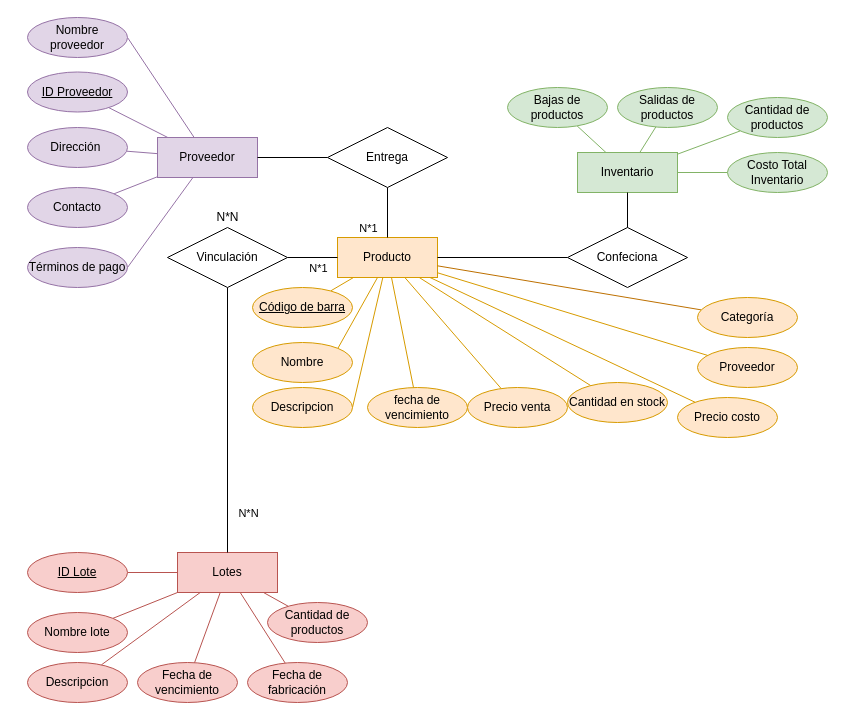
Earlier version of the draw.io diagram Diagrama sin título.drawio (JotaMont/Evaluacion-2-Front-End). Source tidied: cells renumbered, new cells numbered last; positions are measured from the earlier drawing's top-left corner, leaving out a move shared by most shapes. Both pictures are drawn from the tidied source at 100%, with x=0, y=0 at pixel (27, 17).
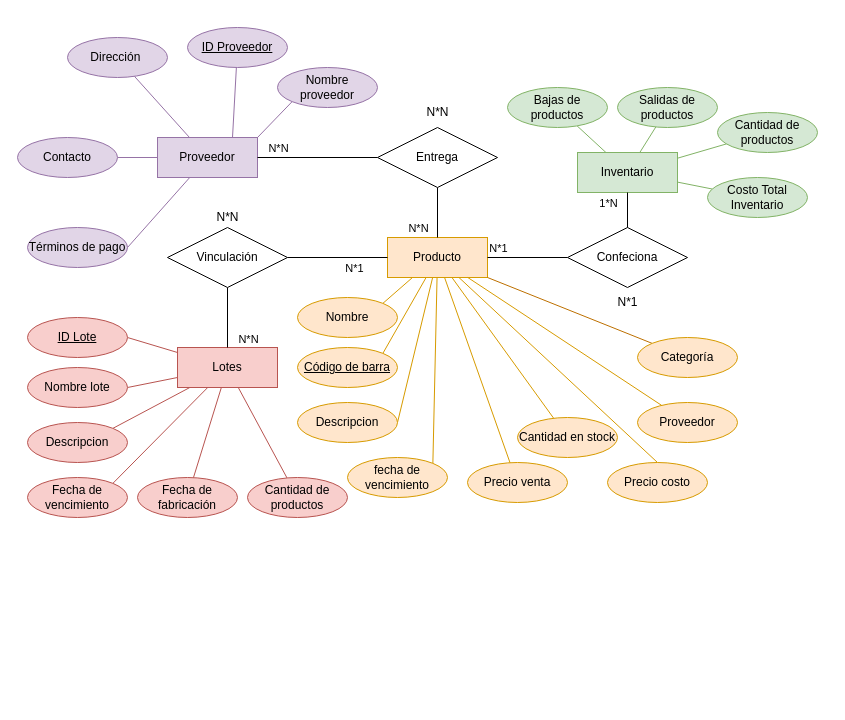
Above is the later version.

The change refers to these unchanged cells:
```xml
<mxCell id="2" value="Proveedor" style="whiteSpace=wrap;html=1;align=center;fillColor=#e1d5e7;strokeColor=#9673a6;" parent="1" vertex="1">
  <mxGeometry x="130" y="120" width="100" height="40" as="geometry" />
</mxCell>
<mxCell id="46" style="rounded=0;jettySize=auto;html=1;endArrow=none;endFill=0;" parent="1" edge="1" source="48" target="4">
  <mxGeometry relative="1" as="geometry" />
</mxCell>
<mxCell id="65" style="endArrow=none;html=1;rounded=0;exitX=1;exitY=0.5;exitDx=0;exitDy=0;entryX=0;entryY=0.5;entryDx=0;entryDy=0;" parent="1" edge="1" source="4" target="64">
  <mxGeometry relative="1" as="geometry" />
</mxCell>
<mxCell id="66" style="endArrow=none;html=1;rounded=0;entryX=0.5;entryY=0;entryDx=0;entryDy=0;exitX=0.5;exitY=1;exitDx=0;exitDy=0;" parent="1" edge="1" source="55" target="64">
  <mxGeometry relative="1" as="geometry" />
</mxCell>
<mxCell id="67" style="endArrow=none;html=1;rounded=0;exitX=1;exitY=0.5;exitDx=0;exitDy=0;entryX=0;entryY=0.5;entryDx=0;entryDy=0;" parent="1" edge="1" source="2" target="48">
  <mxGeometry relative="1" as="geometry" />
</mxCell>
```

What changed in the source:
```diff
@@
-    <mxCell id="3" style="edgeStyle=orthogonalEdgeStyle;rounded=0;jettySize=auto;html=1;exitX=0.5;exitY=0;exitDx=0;exitDy=0;" parent="1" edge="1" source="4">
-      <mxGeometry relative="1" as="geometry">
-        <mxPoint x="360" y="220" as="targetPoint" />
-      </mxGeometry>
-    </mxCell>
     <mxCell id="4" value="Producto" style="whiteSpace=wrap;html=1;align=center;fillColor=#ffe6cc;strokeColor=#d79b00;" parent="1" vertex="1">
-      <mxGeometry x="310" y="220" width="100" height="40" as="geometry" />
+      <mxGeometry x="360" y="220" width="100" height="40" as="geometry" />
     </mxCell>
     <mxCell id="5" value="Lotes" style="whiteSpace=wrap;html=1;align=center;fillColor=#f8cecc;strokeColor=#b85450;" parent="1" vertex="1">
-      <mxGeometry x="150" y="535" width="100" height="40" as="geometry" />
+      <mxGeometry x="150" y="330" width="100" height="40" as="geometry" />
     </mxCell>
@@
     <mxCell id="7" value="&lt;span style=&quot;text-align: left;&quot;&gt;Categoría&lt;/span&gt;" style="ellipse;whiteSpace=wrap;html=1;align=center;fillColor=#ffe6cc;strokeColor=#d79b00;" parent="1" vertex="1">
-      <mxGeometry x="670" y="280" width="100" height="40" as="geometry" />
+      <mxGeometry x="610" y="320" width="100" height="40" as="geometry" />
     </mxCell>
-    <mxCell id="8" style="rounded=0;jettySize=auto;html=1;endArrow=none;endFill=0;fillColor=#ffe6cc;strokeColor=#d79b00;exitX=1;exitY=0;exitDx=0;exitDy=0;" parent="1" edge="1" source="9">
-      <mxGeometry relative="1" as="geometry">
-        <mxPoint x="350" y="260" as="targetPoint" />
-      </mxGeometry>
+    <mxCell id="8" style="rounded=0;jettySize=auto;html=1;endArrow=none;endFill=0;fillColor=#ffe6cc;strokeColor=#d79b00;exitX=1;exitY=0;exitDx=0;exitDy=0;entryX=0.25;entryY=1;entryDx=0;entryDy=0;" parent="1" edge="1" source="9" target="4">
+      <mxGeometry relative="1" as="geometry" />
     </mxCell>
     <mxCell id="9" value="Nombre" style="ellipse;whiteSpace=wrap;html=1;align=center;fillColor=#ffe6cc;strokeColor=#d79b00;" parent="1" vertex="1">
-      <mxGeometry x="225" y="325" width="100" height="40" as="geometry" />
+      <mxGeometry x="270" y="280" width="100" height="40" as="geometry" />
     </mxCell>
-    <mxCell id="10" style="rounded=0;jettySize=auto;html=1;fillColor=#ffe6cc;strokeColor=#d79b00;endArrow=none;endFill=0;" parent="1" edge="1" source="11" target="4">
+    <mxCell id="10" style="rounded=0;jettySize=auto;html=1;fillColor=#ffe6cc;strokeColor=#d79b00;endArrow=none;endFill=0;exitX=1;exitY=0;exitDx=0;exitDy=0;" parent="1" edge="1" source="11" target="4">
       <mxGeometry relative="1" as="geometry" />
     </mxCell>
     <mxCell id="11" value="Código de barra" style="ellipse;whiteSpace=wrap;html=1;align=center;fontStyle=4;fillColor=#ffe6cc;strokeColor=#d79b00;" parent="1" vertex="1">
-      <mxGeometry x="225" y="270" width="100" height="40" as="geometry" />
+      <mxGeometry x="270" y="330" width="100" height="40" as="geometry" />
     </mxCell>
@@
     <mxCell id="13" value="Proveedor" style="ellipse;whiteSpace=wrap;html=1;align=center;fillColor=#ffe6cc;strokeColor=#d79b00;" parent="1" vertex="1">
-      <mxGeometry x="670" y="330" width="100" height="40" as="geometry" />
+      <mxGeometry x="610" y="385" width="100" height="40" as="geometry" />
     </mxCell>
-    <mxCell id="14" style="rounded=0;jettySize=auto;html=1;endArrow=none;endFill=0;fillColor=#ffe6cc;strokeColor=#d79b00;" parent="1" edge="1" source="15" target="4">
+    <mxCell id="14" style="rounded=0;jettySize=auto;html=1;endArrow=none;endFill=0;fillColor=#ffe6cc;strokeColor=#d79b00;exitX=0.5;exitY=0;exitDx=0;exitDy=0;" parent="1" edge="1" source="15" target="4">
       <mxGeometry relative="1" as="geometry" />
     </mxCell>
     <mxCell id="15" value="Precio costo" style="ellipse;whiteSpace=wrap;html=1;align=center;fillColor=#ffe6cc;strokeColor=#d79b00;" parent="1" vertex="1">
-      <mxGeometry x="650" y="380" width="100" height="40" as="geometry" />
+      <mxGeometry x="580" y="445" width="100" height="40" as="geometry" />
     </mxCell>
-    <mxCell id="16" style="rounded=0;jettySize=auto;html=1;endArrow=none;endFill=0;fillColor=#ffe6cc;strokeColor=#d79b00;" parent="1" edge="1" source="17" target="4">
+    <mxCell id="16" style="rounded=0;jettySize=auto;html=1;endArrow=none;endFill=0;fillColor=#ffe6cc;strokeColor=#d79b00;exitX=0.429;exitY=0.032;exitDx=0;exitDy=0;exitPerimeter=0;" parent="1" edge="1" source="17" target="4">
       <mxGeometry relative="1" as="geometry" />
     </mxCell>
     <mxCell id="17" value="Precio venta" style="ellipse;whiteSpace=wrap;html=1;align=center;fillColor=#ffe6cc;strokeColor=#d79b00;" parent="1" vertex="1">
-      <mxGeometry x="440" y="370" width="100" height="40" as="geometry" />
+      <mxGeometry x="440" y="445" width="100" height="40" as="geometry" />
     </mxCell>
@@
     <mxCell id="19" value="Cantidad en stock" style="ellipse;whiteSpace=wrap;html=1;align=center;fillColor=#ffe6cc;strokeColor=#d79b00;" parent="1" vertex="1">
-      <mxGeometry x="540" y="365" width="100" height="40" as="geometry" />
+      <mxGeometry x="490" y="400" width="100" height="40" as="geometry" />
     </mxCell>
-    <mxCell id="20" style="rounded=0;jettySize=auto;html=1;fillColor=#ffe6cc;strokeColor=#d79b00;endArrow=none;endFill=0;" parent="1" edge="1" source="21" target="4">
+    <mxCell id="20" style="rounded=0;jettySize=auto;html=1;fillColor=#ffe6cc;strokeColor=#d79b00;endArrow=none;endFill=0;exitX=1;exitY=0;exitDx=0;exitDy=0;" parent="1" edge="1" source="21" target="4">
       <mxGeometry relative="1" as="geometry" />
     </mxCell>
     <mxCell id="21" value="fecha de vencimiento" style="ellipse;whiteSpace=wrap;html=1;align=center;fillColor=#ffe6cc;strokeColor=#d79b00;" parent="1" vertex="1">
-      <mxGeometry x="340" y="370" width="100" height="40" as="geometry" />
+      <mxGeometry x="320" y="440" width="100" height="40" as="geometry" />
     </mxCell>
-    <mxCell id="22" style="rounded=0;jettySize=auto;html=1;fillColor=#e1d5e7;strokeColor=#9673a6;endArrow=none;endFill=0;exitX=1;exitY=0.5;exitDx=0;exitDy=0;" parent="1" edge="1" source="23" target="2">
+    <mxCell id="22" style="rounded=0;jettySize=auto;html=1;fillColor=#e1d5e7;strokeColor=#9673a6;endArrow=none;endFill=0;exitX=0;exitY=1;exitDx=0;exitDy=0;entryX=1;entryY=0;entryDx=0;entryDy=0;" parent="1" edge="1" source="23" target="2">
       <mxGeometry relative="1" as="geometry" />
     </mxCell>
     <mxCell id="23" value="Nombre proveedor" style="ellipse;whiteSpace=wrap;html=1;align=center;fillColor=#e1d5e7;strokeColor=#9673a6;" parent="1" vertex="1">
-      <mxGeometry width="100" height="40" as="geometry" />
+      <mxGeometry x="250" y="50" width="100" height="40" as="geometry" />
     </mxCell>
-    <mxCell id="24" style="rounded=0;jettySize=auto;html=1;fillColor=#e1d5e7;strokeColor=#9673a6;endArrow=none;endFill=0;" parent="1" edge="1" source="25" target="2">
+    <mxCell id="24" style="rounded=0;jettySize=auto;html=1;fillColor=#e1d5e7;strokeColor=#9673a6;endArrow=none;endFill=0;entryX=0.75;entryY=0;entryDx=0;entryDy=0;" parent="1" edge="1" source="25" target="2">
       <mxGeometry relative="1" as="geometry" />
     </mxCell>
     <mxCell id="25" value="ID Proveedor" style="ellipse;whiteSpace=wrap;html=1;align=center;fontStyle=4;fillColor=#e1d5e7;strokeColor=#9673a6;" parent="1" vertex="1">
-      <mxGeometry y="54.5" width="100" height="40" as="geometry" />
+      <mxGeometry x="160" y="10" width="100" height="40" as="geometry" />
     </mxCell>
@@
     <mxCell id="27" value="Dirección&amp;nbsp;" style="ellipse;whiteSpace=wrap;html=1;align=center;fillColor=#e1d5e7;strokeColor=#9673a6;" parent="1" vertex="1">
-      <mxGeometry y="110" width="100" height="40" as="geometry" />
+      <mxGeometry x="40" y="20" width="100" height="40" as="geometry" />
     </mxCell>
@@
     <mxCell id="29" value="Contacto" style="ellipse;whiteSpace=wrap;html=1;align=center;fillColor=#e1d5e7;strokeColor=#9673a6;" parent="1" vertex="1">
-      <mxGeometry y="170" width="100" height="40" as="geometry" />
+      <mxGeometry x="-10" y="120" width="100" height="40" as="geometry" />
     </mxCell>
@@
     <mxCell id="31" value="Términos de pago" style="ellipse;whiteSpace=wrap;html=1;align=center;fillColor=#e1d5e7;strokeColor=#9673a6;" parent="1" vertex="1">
-      <mxGeometry y="230" width="100" height="40" as="geometry" />
+      <mxGeometry y="210" width="100" height="40" as="geometry" />
     </mxCell>
-    <mxCell id="32" style="rounded=0;jettySize=auto;html=1;endArrow=none;endFill=0;fillColor=#f8cecc;strokeColor=#b85450;" parent="1" edge="1" source="33" target="5">
+    <mxCell id="32" style="rounded=0;jettySize=auto;html=1;endArrow=none;endFill=0;fillColor=#f8cecc;strokeColor=#b85450;exitX=1;exitY=0.5;exitDx=0;exitDy=0;" parent="1" edge="1" source="33" target="5">
       <mxGeometry relative="1" as="geometry" />
     </mxCell>
     <mxCell id="33" value="ID Lote" style="ellipse;whiteSpace=wrap;html=1;align=center;fontStyle=4;fillColor=#f8cecc;strokeColor=#b85450;" parent="1" vertex="1">
-      <mxGeometry y="535" width="100" height="40" as="geometry" />
+      <mxGeometry y="300" width="100" height="40" as="geometry" />
     </mxCell>
-    <mxCell id="34" style="rounded=0;jettySize=auto;html=1;fillColor=#f8cecc;strokeColor=#b85450;endArrow=none;endFill=0;" parent="1" edge="1" source="35" target="5">
+    <mxCell id="34" style="rounded=0;jettySize=auto;html=1;fillColor=#f8cecc;strokeColor=#b85450;endArrow=none;endFill=0;exitX=1;exitY=0.5;exitDx=0;exitDy=0;" parent="1" edge="1" source="35" target="5">
       <mxGeometry relative="1" as="geometry" />
     </mxCell>
     <mxCell id="35" value="Nombre lote" style="ellipse;whiteSpace=wrap;html=1;align=center;fillColor=#f8cecc;strokeColor=#b85450;" parent="1" vertex="1">
-      <mxGeometry y="595" width="100" height="40" as="geometry" />
+      <mxGeometry y="350" width="100" height="40" as="geometry" />
     </mxCell>
@@
     <mxCell id="37" value="Cantidad de productos" style="ellipse;whiteSpace=wrap;html=1;align=center;fillColor=#f8cecc;strokeColor=#b85450;" parent="1" vertex="1">
-      <mxGeometry x="240" y="585" width="100" height="40" as="geometry" />
+      <mxGeometry x="220" y="460" width="100" height="40" as="geometry" />
     </mxCell>
@@
     <mxCell id="39" value="Fecha de fabricación" style="ellipse;whiteSpace=wrap;html=1;align=center;fillColor=#f8cecc;strokeColor=#b85450;" parent="1" vertex="1">
-      <mxGeometry x="220" y="645" width="100" height="40" as="geometry" />
+      <mxGeometry x="110" y="460" width="100" height="40" as="geometry" />
     </mxCell>
-    <mxCell id="40" style="rounded=0;jettySize=auto;html=1;fillColor=#f8cecc;strokeColor=#b85450;endArrow=none;endFill=0;" parent="1" edge="1" source="41" target="5">
+    <mxCell id="40" style="rounded=0;jettySize=auto;html=1;fillColor=#f8cecc;strokeColor=#b85450;endArrow=none;endFill=0;exitX=1;exitY=0;exitDx=0;exitDy=0;" parent="1" edge="1" source="41" target="5">
       <mxGeometry relative="1" as="geometry" />
     </mxCell>
     <mxCell id="41" value="Fecha de vencimiento" style="ellipse;whiteSpace=wrap;html=1;align=center;fillColor=#f8cecc;strokeColor=#b85450;" parent="1" vertex="1">
-      <mxGeometry x="110" y="645" width="100" height="40" as="geometry" />
+      <mxGeometry y="460" width="100" height="40" as="geometry" />
     </mxCell>
-    <mxCell id="42" style="rounded=0;jettySize=auto;html=1;fillColor=#f8cecc;strokeColor=#b85450;endArrow=none;endFill=0;" parent="1" edge="1" source="43" target="5">
+    <mxCell id="42" style="rounded=0;jettySize=auto;html=1;fillColor=#f8cecc;strokeColor=#b85450;endArrow=none;endFill=0;exitX=1;exitY=0;exitDx=0;exitDy=0;" parent="1" edge="1" source="43" target="5">
       <mxGeometry relative="1" as="geometry" />
     </mxCell>
     <mxCell id="43" value="Descripcion" style="ellipse;whiteSpace=wrap;html=1;align=center;fillColor=#f8cecc;strokeColor=#b85450;" parent="1" vertex="1">
-      <mxGeometry y="645" width="100" height="40" as="geometry" />
+      <mxGeometry y="405" width="100" height="40" as="geometry" />
     </mxCell>
@@
     <mxCell id="45" value="Descripcion" style="ellipse;whiteSpace=wrap;html=1;align=center;fillColor=#ffe6cc;strokeColor=#d79b00;" parent="1" vertex="1">
-      <mxGeometry x="225" y="370" width="100" height="40" as="geometry" />
+      <mxGeometry x="270" y="385" width="100" height="40" as="geometry" />
     </mxCell>
@@
-    <mxCell id="47" value="N*1" style="edgeLabel;html=1;align=center;verticalAlign=middle;" parent="46" vertex="1">
+    <mxCell id="47" value="N*N" style="edgeLabel;html=1;align=center;verticalAlign=middle;" parent="46" vertex="1">
       <mxGeometry x="0.68" y="-2" relative="1" as="geometry">
         <mxPoint x="-18" y="-2" as="offset" />
       </mxGeometry>
     </mxCell>
     <mxCell id="48" value="Entrega" style="shape=rhombus;perimeter=rhombusPerimeter;whiteSpace=wrap;html=1;align=center;" parent="1" vertex="1">
-      <mxGeometry x="300" y="110" width="120" height="60" as="geometry" />
+      <mxGeometry x="350" y="110" width="120" height="60" as="geometry" />
     </mxCell>
@@
     <mxCell id="57" value="Costo Total Inventario" style="ellipse;whiteSpace=wrap;html=1;align=center;fillColor=#d5e8d4;strokeColor=#82b366;" parent="1" vertex="1">
-      <mxGeometry x="700" y="135" width="100" height="40" as="geometry" />
+      <mxGeometry x="680" y="160" width="100" height="40" as="geometry" />
     </mxCell>
@@
     <mxCell id="59" value="Cantidad de productos" style="ellipse;whiteSpace=wrap;html=1;align=center;fillColor=#d5e8d4;strokeColor=#82b366;" parent="1" vertex="1">
-      <mxGeometry x="700" y="80" width="100" height="40" as="geometry" />
+      <mxGeometry x="690" y="95" width="100" height="40" as="geometry" />
     </mxCell>
@@
+    <mxCell id="69" value="N*1" style="edgeLabel;html=1;align=center;verticalAlign=middle;" parent="65" vertex="1">
+      <mxGeometry x="-0.71" y="4" relative="1" as="geometry">
+        <mxPoint x="-2" y="-6" as="offset" />
+      </mxGeometry>
+    </mxCell>
@@
+    <mxCell id="70" value="1*N" style="edgeLabel;html=1;align=center;verticalAlign=middle;" parent="66" vertex="1">
+      <mxGeometry x="-0.49" relative="1" as="geometry">
+        <mxPoint x="-20" y="1" as="offset" />
+      </mxGeometry>
+    </mxCell>
@@
+    <mxCell id="71" value="N*N" style="edgeLabel;html=1;align=center;verticalAlign=middle;" parent="67" vertex="1">
+      <mxGeometry x="-0.62" y="-2" relative="1" as="geometry">
+        <mxPoint x="-3" y="-12" as="offset" />
+      </mxGeometry>
+    </mxCell>
@@
+    <mxCell id="72" value="N*N" style="text;html=1;align=center;verticalAlign=middle;strokeColor=none;fillColor=none;" parent="1" vertex="1">
+      <mxGeometry x="385" y="80" width="50" height="30" as="geometry" />
+    </mxCell>
+    <mxCell id="73" value="N*1" style="text;html=1;align=center;verticalAlign=middle;strokeColor=none;fillColor=none;" parent="1" vertex="1">
+      <mxGeometry x="580" y="270" width="40" height="30" as="geometry" />
+    </mxCell>
```
